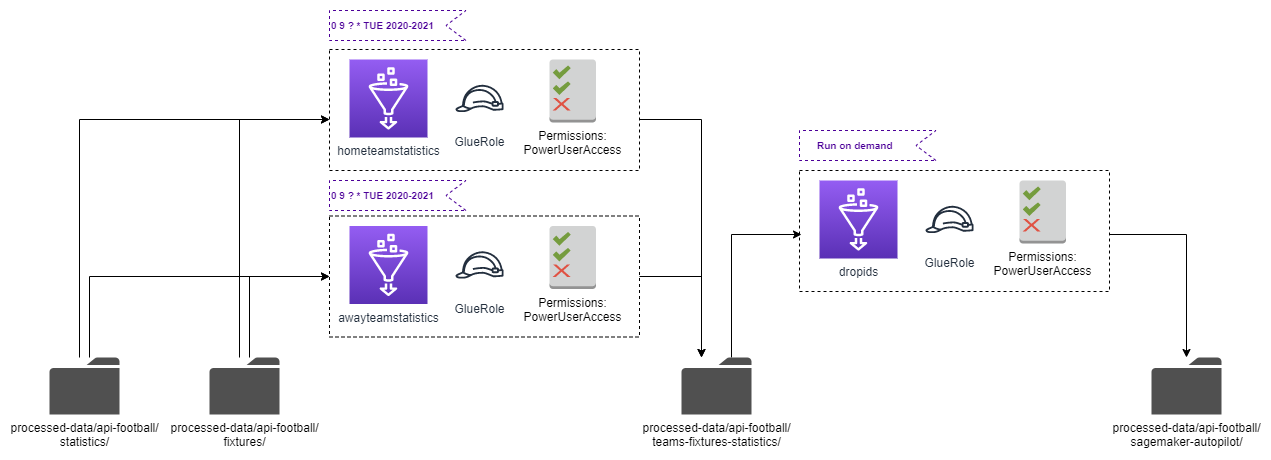
The draw.io diagram images/workflow-glueJobs.png in mbahra/AWS_Data_Engineer, before a commit. Source tidied: cells renumbered, new cells last; positions are measured from the earlier drawing's top-left corner, leaving out a move shared by most shapes.
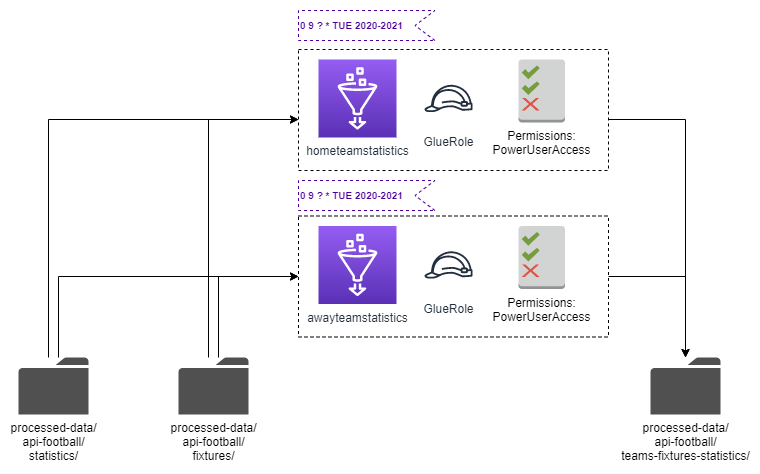
Above is the later version.

The edit, as a diff of the source:
```diff
@@ -18,25 +18,17 @@
         </Array>
       </mxGeometry>
     </mxCell>
-    <mxCell id="4" value="processed-data/api-football/&lt;br&gt;fixtures/" style="shadow=0;dashed=0;html=1;strokeColor=none;fillColor=#505050;labelPosition=center;verticalLabelPosition=bottom;verticalAlign=top;outlineConnect=0;align=center;shape=mxgraph.office.concepts.folder;labelBackgroundColor=#ffffff;" parent="1" vertex="1">
+    <mxCell id="4" value="processed-data/&lt;br&gt;api-football/&lt;br&gt;fixtures/" style="shadow=0;dashed=0;html=1;strokeColor=none;fillColor=#505050;labelPosition=center;verticalLabelPosition=bottom;verticalAlign=top;outlineConnect=0;align=center;shape=mxgraph.office.concepts.folder;labelBackgroundColor=#ffffff;" parent="1" vertex="1">
       <mxGeometry x="160" y="347" width="70" height="57" as="geometry" />
     </mxCell>
-    <mxCell id="5" style="edgeStyle=orthogonalEdgeStyle;rounded=0;jettySize=auto;html=1;entryX=0;entryY=0.5;entryDx=0;entryDy=0;entryPerimeter=0;fontSize=10;fontColor=#CC6600;" parent="1" edge="1" source="6">
-      <mxGeometry relative="1" as="geometry">
-        <mxPoint x="752" y="224" as="targetPoint" />
-        <Array as="points">
-          <mxPoint x="682" y="224" />
-        </Array>
-      </mxGeometry>
-    </mxCell>
-    <mxCell id="6" value="processed-data/api-football/&lt;br&gt;teams-fixtures-statistics/" style="shadow=0;dashed=0;html=1;strokeColor=none;fillColor=#505050;labelPosition=center;verticalLabelPosition=bottom;verticalAlign=top;outlineConnect=0;align=center;shape=mxgraph.office.concepts.folder;labelBackgroundColor=#ffffff;" parent="1" vertex="1">
+    <mxCell id="6" value="processed-data/&lt;br&gt;api-football/&lt;br&gt;teams-fixtures-statistics/" style="shadow=0;dashed=0;html=1;strokeColor=none;fillColor=#505050;labelPosition=center;verticalLabelPosition=bottom;verticalAlign=top;outlineConnect=0;align=center;shape=mxgraph.office.concepts.folder;labelBackgroundColor=#ffffff;" parent="1" vertex="1">
       <mxGeometry x="632" y="347" width="70" height="57" as="geometry" />
     </mxCell>
     <mxCell id="7" style="edgeStyle=orthogonalEdgeStyle;rounded=0;jettySize=auto;html=1;fontSize=10;fontColor=#CC6600;" parent="1" edge="1" target="6">
       <mxGeometry relative="1" as="geometry">
         <mxPoint x="590" y="266" as="sourcePoint" />
         <Array as="points">
-          <mxPoint x="652" y="266" />
+          <mxPoint x="667" y="266" />
         </Array>
       </mxGeometry>
     </mxCell>
@@ -44,27 +36,16 @@
       <mxGeometry relative="1" as="geometry">
         <mxPoint x="590" y="109" as="sourcePoint" />
         <Array as="points">
-          <mxPoint x="652" y="109" />
+          <mxPoint x="667" y="109" />
         </Array>
       </mxGeometry>
     </mxCell>
-    <mxCell id="9" value="processed-data/api-football/&lt;br&gt;sagemaker-autopilot/" style="shadow=0;dashed=0;html=1;strokeColor=none;fillColor=#505050;labelPosition=center;verticalLabelPosition=bottom;verticalAlign=top;outlineConnect=0;align=center;shape=mxgraph.office.concepts.folder;labelBackgroundColor=#ffffff;" parent="1" vertex="1">
-      <mxGeometry x="1102" y="347" width="70" height="57" as="geometry" />
-    </mxCell>
-    <mxCell id="10" style="edgeStyle=orthogonalEdgeStyle;rounded=0;jettySize=auto;html=1;fontSize=10;fontColor=#CC6600;" parent="1" edge="1" target="9">
-      <mxGeometry relative="1" as="geometry">
-        <mxPoint x="1060" y="224" as="sourcePoint" />
-      </mxGeometry>
-    </mxCell>
     <mxCell id="11" value="&lt;font style=&quot;font-size: 10px ; line-height: 120%&quot;&gt;0 9 ? * TUE 2020-2021&lt;/font&gt;" style="html=1;shape=mxgraph.infographic.ribbonSimple;notch1=20;notch2=0;align=left;verticalAlign=bottom;fontSize=10;fontStyle=1;flipH=1;fillColor=#FFFFFF;dashed=1;labelBackgroundColor=none;strokeColor=#4C0099;labelPosition=center;verticalLabelPosition=middle;spacingTop=0;spacingBottom=6;fontColor=#4C0099;" parent="1" vertex="1">
       <mxGeometry x="280" width="136.5" height="30" as="geometry" />
     </mxCell>
     <mxCell id="12" value="&lt;font style=&quot;font-size: 10px ; line-height: 120%&quot;&gt;0 9 ? * TUE 2020-2021&lt;/font&gt;" style="html=1;shape=mxgraph.infographic.ribbonSimple;notch1=20;notch2=0;align=left;verticalAlign=bottom;fontSize=10;fontStyle=1;flipH=1;fillColor=#FFFFFF;dashed=1;labelBackgroundColor=none;strokeColor=#4C0099;labelPosition=center;verticalLabelPosition=middle;spacingTop=0;spacingBottom=6;fontColor=#4C0099;" parent="1" vertex="1">
       <mxGeometry x="280" y="170" width="136.5" height="30" as="geometry" />
     </mxCell>
-    <mxCell id="13" value="&lt;font style=&quot;font-size: 10px ; line-height: 120%&quot;&gt;Run on demand&lt;/font&gt;" style="html=1;shape=mxgraph.infographic.ribbonSimple;notch1=20;notch2=0;align=left;verticalAlign=bottom;fontSize=10;fontStyle=1;flipH=1;fillColor=#FFFFFF;dashed=1;labelBackgroundColor=none;strokeColor=#4C0099;labelPosition=center;verticalLabelPosition=middle;spacingTop=0;spacingBottom=6;fontColor=#4C0099;spacingLeft=16;" parent="1" vertex="1">
-      <mxGeometry x="750" y="120" width="136.5" height="30" as="geometry" />
-    </mxCell>
     <mxCell id="14" style="edgeStyle=orthogonalEdgeStyle;rounded=0;jettySize=auto;html=1;entryX=0;entryY=0.5;entryDx=0;entryDy=0;entryPerimeter=0;fontSize=10;fontColor=#CC6600;" parent="1" edge="1" source="16">
       <mxGeometry relative="1" as="geometry">
         <mxPoint x="280" y="266" as="targetPoint" />
@@ -81,7 +62,7 @@
         </Array>
       </mxGeometry>
     </mxCell>
-    <mxCell id="16" value="processed-data/api-football/&lt;br&gt;statistics/" style="shadow=0;dashed=0;html=1;strokeColor=none;fillColor=#505050;labelPosition=center;verticalLabelPosition=bottom;verticalAlign=top;outlineConnect=0;align=center;shape=mxgraph.office.concepts.folder;labelBackgroundColor=#ffffff;" parent="1" vertex="1">
+    <mxCell id="16" value="processed-data/&lt;br&gt;api-football/&lt;br&gt;statistics/" style="shadow=0;dashed=0;html=1;strokeColor=none;fillColor=#505050;labelPosition=center;verticalLabelPosition=bottom;verticalAlign=top;outlineConnect=0;align=center;shape=mxgraph.office.concepts.folder;labelBackgroundColor=#ffffff;" parent="1" vertex="1">
       <mxGeometry y="347" width="70" height="57" as="geometry" />
     </mxCell>
     <mxCell id="17" style="group;" parent="1" vertex="1">
@@ -114,20 +95,5 @@
     <mxCell id="26" value="awayteamstatistics" style="fontColor=#232F3E;gradientColor=#945DF2;gradientDirection=north;fillColor=#5A30B5;strokeColor=#ffffff;dashed=0;verticalLabelPosition=bottom;verticalAlign=top;align=center;html=1;fontSize=12;fontStyle=0;shape=mxgraph.aws4.resourceIcon;resIcon=mxgraph.aws4.glue;" parent="22" vertex="1">
       <mxGeometry x="20" y="10" width="78" height="78" as="geometry" />
     </mxCell>
-    <mxCell id="27" style="group;" parent="1" vertex="1">
-      <mxGeometry x="750" y="160" width="310" height="121" as="geometry" />
-    </mxCell>
-    <mxCell id="28" style="rounded=0;whiteSpace=wrap;html=1;dashed=1;labelBackgroundColor=#ffffff;fillColor=none;fontSize=10;align=left;" parent="27" vertex="1">
-      <mxGeometry width="310" height="121" as="geometry" />
-    </mxCell>
-    <mxCell id="29" value="GlueRole" style="fontColor=#232F3E;gradientColor=none;strokeColor=#232F3E;fillColor=#ffffff;dashed=0;verticalLabelPosition=bottom;verticalAlign=top;align=center;html=1;fontSize=12;fontStyle=0;shape=mxgraph.aws4.resourceIcon;resIcon=mxgraph.aws4.role;labelBackgroundColor=#ffffff;" parent="27" vertex="1">
-      <mxGeometry x="120" y="19" width="60" height="60" as="geometry" />
-    </mxCell>
-    <mxCell id="30" value="&lt;span style=&quot;color: rgb(0 , 0 , 0)&quot;&gt;Permissions:&lt;br&gt;PowerUserAccess&lt;br&gt;&lt;/span&gt;" style="dashed=0;verticalLabelPosition=bottom;verticalAlign=top;align=center;html=1;shape=mxgraph.aws3.permissions_2;fillColor=#D2D3D3;gradientColor=none;labelBackgroundColor=none;fontColor=#FF0000;" parent="27" vertex="1">
-      <mxGeometry x="220" y="10" width="46.5" height="63" as="geometry" />
-    </mxCell>
-    <mxCell id="31" value="dropids" style="fontColor=#232F3E;gradientColor=#945DF2;gradientDirection=north;fillColor=#5A30B5;strokeColor=#ffffff;dashed=0;verticalLabelPosition=bottom;verticalAlign=top;align=center;html=1;fontSize=12;fontStyle=0;shape=mxgraph.aws4.resourceIcon;resIcon=mxgraph.aws4.glue;" parent="27" vertex="1">
-      <mxGeometry x="20" y="10" width="78" height="78" as="geometry" />
-    </mxCell>
   </root>
 </mxGraphModel>
```
